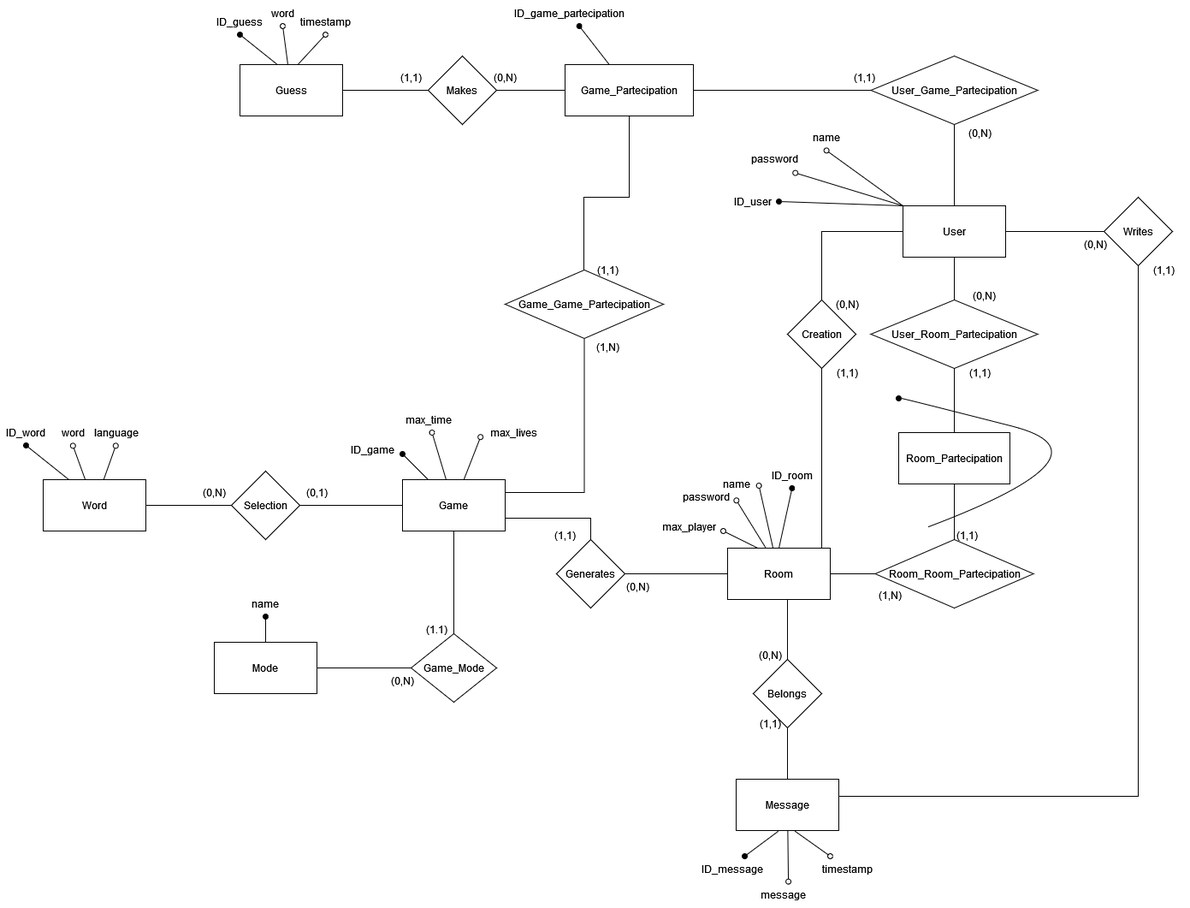
Above: ER_Diagram.png in Cestnut/Hangman-Game (draw.io), before the change. Source tidied: cells renumbered, new cells last; positions are measured from the earlier drawing's top-left corner, leaving out a move shared by most shapes.
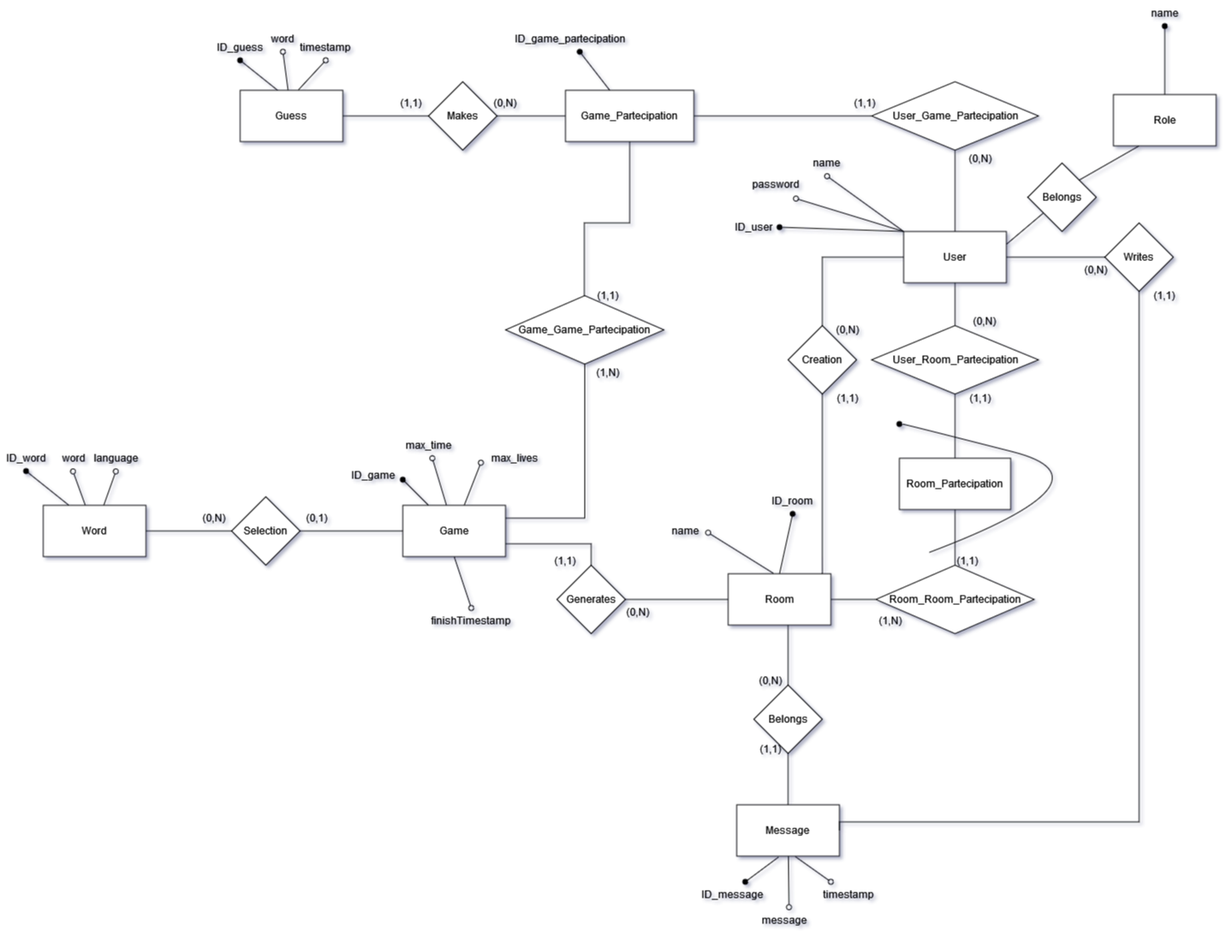
After the commit.

Change to the diagram source:
```diff
@@ -28,6 +28,9 @@
     <mxCell id="9" style="edgeStyle=none;rounded=0;jettySize=auto;html=1;exitX=0;exitY=0;exitDx=0;exitDy=0;entryX=0.846;entryY=1.053;entryDx=0;entryDy=0;entryPerimeter=0;endArrow=oval;endFill=0;" parent="1" edge="1" source="10" target="92">
       <mxGeometry relative="1" as="geometry" />
     </mxCell>
+    <mxCell id="110" style="edgeStyle=none;rounded=0;jettySize=auto;html=1;exitX=1;exitY=0.25;exitDx=0;exitDy=0;endArrow=none;endFill=0;" parent="1" edge="1" source="10" target="116">
+      <mxGeometry relative="1" as="geometry" />
+    </mxCell>
     <mxCell id="10" value="User" style="rounded=0;whiteSpace=wrap;html=1;" parent="1" vertex="1">
       <mxGeometry x="1055" y="240" width="120" height="60" as="geometry" />
     </mxCell>
@@ -43,6 +46,9 @@
     <mxCell id="14" style="edgeStyle=none;rounded=0;jettySize=auto;html=1;endArrow=oval;endFill=1;entryX=1;entryY=0.667;entryDx=0;entryDy=0;entryPerimeter=0;" parent="1" edge="1" source="15" target="95">
       <mxGeometry relative="1" as="geometry" />
     </mxCell>
+    <mxCell id="111" style="rounded=0;jettySize=auto;html=1;exitX=0.5;exitY=1;exitDx=0;exitDy=0;entryX=0.5;entryY=0;entryDx=0;entryDy=0;endArrow=oval;endFill=0;" parent="1" edge="1" source="15" target="112">
+      <mxGeometry relative="1" as="geometry" />
+    </mxCell>
     <mxCell id="15" value="Game" style="rounded=0;whiteSpace=wrap;html=1;" parent="1" vertex="1">
       <mxGeometry x="470" y="560" width="120" height="60" as="geometry" />
     </mxCell>
@@ -79,15 +85,6 @@
     <mxCell id="26" value="Word" style="rounded=0;whiteSpace=wrap;html=1;" parent="1" vertex="1">
       <mxGeometry x="50" y="560" width="120" height="60" as="geometry" />
     </mxCell>
-    <mxCell id="27" style="edgeStyle=orthogonalEdgeStyle;rounded=0;jettySize=auto;html=1;endArrow=none;endFill=0;" parent="1" edge="1" source="29" target="39">
-      <mxGeometry relative="1" as="geometry" />
-    </mxCell>
-    <mxCell id="28" style="edgeStyle=none;rounded=0;jettySize=auto;html=1;entryX=0.5;entryY=1;entryDx=0;entryDy=0;endArrow=oval;endFill=1;" parent="1" edge="1" source="29" target="88">
-      <mxGeometry relative="1" as="geometry" />
-    </mxCell>
-    <mxCell id="29" value="Mode" style="rounded=0;whiteSpace=wrap;html=1;" parent="1" vertex="1">
-      <mxGeometry x="250" y="750" width="120" height="60" as="geometry" />
-    </mxCell>
     <mxCell id="30" style="edgeStyle=orthogonalEdgeStyle;rounded=0;jettySize=auto;html=1;endArrow=none;endFill=0;" parent="1" edge="1" source="35" target="45">
       <mxGeometry relative="1" as="geometry" />
     </mxCell>
@@ -97,12 +94,6 @@
     <mxCell id="32" style="edgeStyle=none;rounded=0;jettySize=auto;html=1;entryX=1.033;entryY=0.567;entryDx=0;entryDy=0;entryPerimeter=0;endArrow=oval;endFill=0;exitX=0.442;exitY=-0.007;exitDx=0;exitDy=0;exitPerimeter=0;" parent="1" edge="1" source="35" target="99">
       <mxGeometry relative="1" as="geometry" />
     </mxCell>
-    <mxCell id="33" style="edgeStyle=none;rounded=0;jettySize=auto;html=1;entryX=1.005;entryY=0.644;entryDx=0;entryDy=0;entryPerimeter=0;endArrow=oval;endFill=0;exitX=0.371;exitY=-0.007;exitDx=0;exitDy=0;exitPerimeter=0;" parent="1" edge="1" source="35" target="100">
-      <mxGeometry relative="1" as="geometry" />
-    </mxCell>
-    <mxCell id="34" style="edgeStyle=none;rounded=0;jettySize=auto;html=1;entryX=0.944;entryY=0.667;entryDx=0;entryDy=0;entryPerimeter=0;endArrow=oval;endFill=0;exitX=0.316;exitY=0.022;exitDx=0;exitDy=0;exitPerimeter=0;" parent="1" edge="1" source="35" target="101">
-      <mxGeometry relative="1" as="geometry" />
-    </mxCell>
     <mxCell id="35" value="Room" style="rounded=0;whiteSpace=wrap;html=1;" parent="1" vertex="1">
       <mxGeometry x="850" y="640" width="120" height="60" as="geometry" />
     </mxCell>
@@ -112,12 +103,6 @@
     <mxCell id="37" value="Selection" style="rhombus;whiteSpace=wrap;html=1;rounded=0;" parent="1" vertex="1">
       <mxGeometry x="270" y="550" width="80" height="80" as="geometry" />
     </mxCell>
-    <mxCell id="38" style="edgeStyle=orthogonalEdgeStyle;rounded=0;jettySize=auto;html=1;endArrow=none;endFill=0;" parent="1" edge="1" source="39" target="15">
-      <mxGeometry relative="1" as="geometry" />
-    </mxCell>
-    <mxCell id="39" value="Game_Mode" style="rhombus;whiteSpace=wrap;html=1;rounded=0;" parent="1" vertex="1">
-      <mxGeometry x="480" y="740" width="100" height="80" as="geometry" />
-    </mxCell>
     <mxCell id="40" style="edgeStyle=orthogonalEdgeStyle;rounded=0;jettySize=auto;html=1;endArrow=none;endFill=0;" parent="1" edge="1" source="41" target="21">
       <mxGeometry relative="1" as="geometry" />
     </mxCell>
@@ -156,12 +141,6 @@
     <mxCell id="51" value="(0,1)" style="text;html=1;strokeColor=none;fillColor=none;align=center;verticalAlign=middle;whiteSpace=wrap;rounded=0;" parent="1" vertex="1">
       <mxGeometry x="340" y="560" width="60" height="30" as="geometry" />
     </mxCell>
-    <mxCell id="52" value="(1.1)" style="text;html=1;strokeColor=none;fillColor=none;align=center;verticalAlign=middle;whiteSpace=wrap;rounded=0;" parent="1" vertex="1">
-      <mxGeometry x="480" y="720" width="60" height="30" as="geometry" />
-    </mxCell>
-    <mxCell id="53" value="(0,N)" style="text;html=1;strokeColor=none;fillColor=none;align=center;verticalAlign=middle;whiteSpace=wrap;rounded=0;" parent="1" vertex="1">
-      <mxGeometry x="440" y="780" width="60" height="30" as="geometry" />
-    </mxCell>
     <mxCell id="54" value="(0,N)" style="text;html=1;strokeColor=none;fillColor=none;align=center;verticalAlign=middle;whiteSpace=wrap;rounded=0;" parent="1" vertex="1">
       <mxGeometry x="220" y="560" width="60" height="30" as="geometry" />
     </mxCell>
@@ -280,9 +259,6 @@
     <mxCell id="87" value="timestamp" style="text;html=1;strokeColor=none;fillColor=none;align=center;verticalAlign=middle;whiteSpace=wrap;rounded=0;" parent="1" vertex="1">
       <mxGeometry x="350" y="10" width="60" height="30" as="geometry" />
     </mxCell>
-    <mxCell id="88" value="name" style="text;html=1;strokeColor=none;fillColor=none;align=center;verticalAlign=middle;whiteSpace=wrap;rounded=0;" parent="1" vertex="1">
-      <mxGeometry x="280" y="690" width="60" height="30" as="geometry" />
-    </mxCell>
     <mxCell id="89" value="ID_user" style="text;html=1;strokeColor=none;fillColor=none;align=center;verticalAlign=middle;whiteSpace=wrap;rounded=0;" parent="1" vertex="1">
       <mxGeometry x="850" y="220" width="60" height="30" as="geometry" />
     </mxCell>
@@ -314,14 +290,8 @@
       <mxGeometry x="890" y="540" width="70" height="30" as="geometry" />
     </mxCell>
     <mxCell id="99" value="name&lt;br&gt;" style="text;html=1;align=center;verticalAlign=middle;points=[];strokeColor=none;fillColor=none;" parent="1" vertex="1">
-      <mxGeometry x="835" y="550" width="50" height="30" as="geometry" />
+      <mxGeometry x="775" y="575" width="50" height="30" as="geometry" />
     </mxCell>
-    <mxCell id="100" value="password" style="text;html=1;align=center;verticalAlign=middle;points=[];strokeColor=none;fillColor=none;" parent="1" vertex="1">
-      <mxGeometry x="790" y="565" width="70" height="30" as="geometry" />
-    </mxCell>
-    <mxCell id="101" value="max_player" style="text;html=1;align=center;verticalAlign=middle;points=[];strokeColor=none;fillColor=none;" parent="1" vertex="1">
-      <mxGeometry x="760" y="600" width="90" height="30" as="geometry" />
-    </mxCell>
     <mxCell id="102" value="(1,1)" style="text;html=1;strokeColor=none;fillColor=none;align=center;verticalAlign=middle;whiteSpace=wrap;rounded=0;" parent="1" vertex="1">
       <mxGeometry x="870" y="830" width="60" height="30" as="geometry" />
     </mxCell>
@@ -353,5 +323,23 @@
     <mxCell id="109" value="ID_word" style="text;html=1;strokeColor=none;fillColor=none;align=center;verticalAlign=middle;whiteSpace=wrap;rounded=0;" parent="1" vertex="1">
       <mxGeometry y="490" width="60" height="30" as="geometry" />
     </mxCell>
+    <mxCell id="112" value="finishTimestamp" style="text;html=1;strokeColor=none;fillColor=none;align=center;verticalAlign=middle;whiteSpace=wrap;rounded=0;" parent="1" vertex="1">
+      <mxGeometry x="520" y="680" width="60" height="30" as="geometry" />
+    </mxCell>
+    <mxCell id="113" style="edgeStyle=none;rounded=0;jettySize=auto;html=1;exitX=0.5;exitY=0;exitDx=0;exitDy=0;entryX=0.5;entryY=1;entryDx=0;entryDy=0;endArrow=oval;endFill=1;" parent="1" edge="1" source="114" target="88">
+      <mxGeometry relative="1" as="geometry" />
+    </mxCell>
+    <mxCell id="114" value="Role" style="rounded=0;whiteSpace=wrap;html=1;" parent="1" vertex="1">
+      <mxGeometry x="1300" y="80" width="120" height="60" as="geometry" />
+    </mxCell>
+    <mxCell id="88" value="name" style="text;html=1;strokeColor=none;fillColor=none;align=center;verticalAlign=middle;whiteSpace=wrap;rounded=0;" parent="1" vertex="1">
+      <mxGeometry x="1330" y="-30" width="60" height="30" as="geometry" />
+    </mxCell>
+    <mxCell id="115" style="edgeStyle=none;rounded=0;jettySize=auto;html=1;exitX=1;exitY=0;exitDx=0;exitDy=0;entryX=0.25;entryY=1;entryDx=0;entryDy=0;endArrow=none;endFill=0;" parent="1" edge="1" source="116" target="114">
+      <mxGeometry relative="1" as="geometry" />
+    </mxCell>
+    <mxCell id="116" value="Belongs" style="rhombus;whiteSpace=wrap;html=1;" parent="1" vertex="1">
+      <mxGeometry x="1200" y="160" width="80" height="80" as="geometry" />
+    </mxCell>
   </root>
 </mxGraphModel>
```
